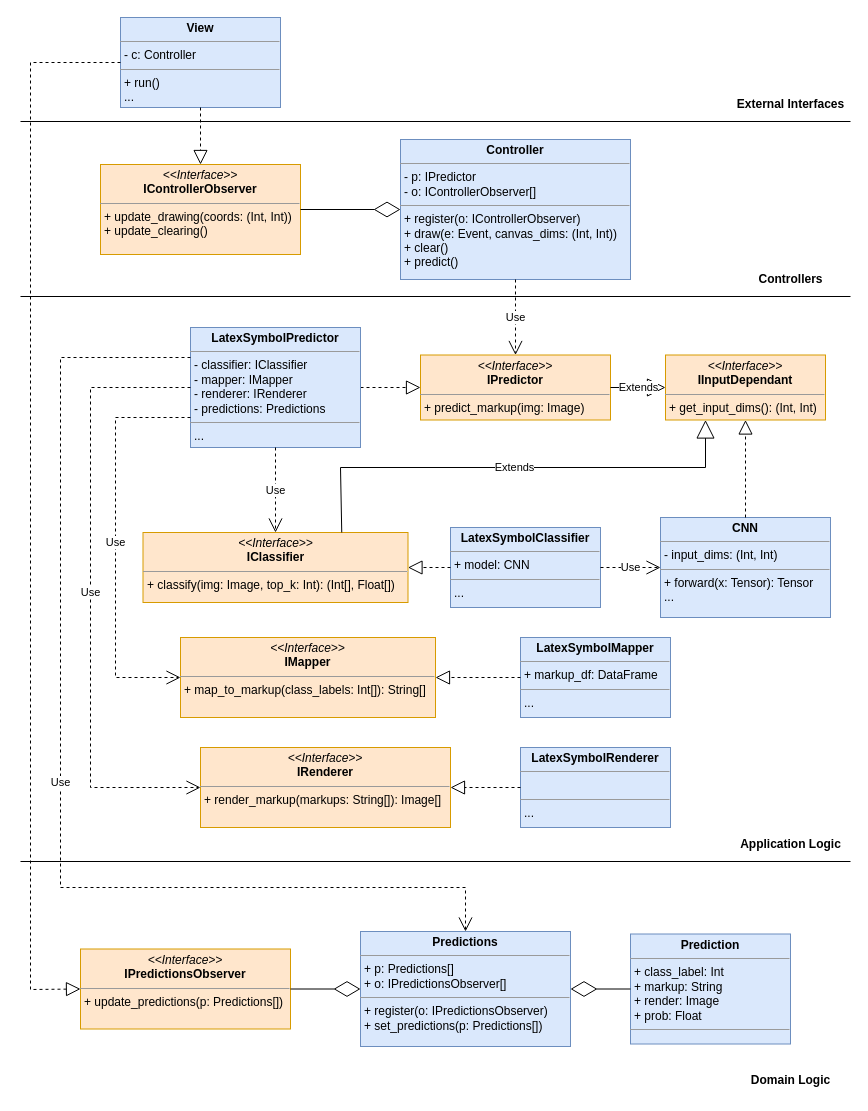
Earlier version of the draw.io diagram diagrams/software_arch.drawio (ChickNCurry/latex-symbol-ocr). Source tidied: cells renumbered, new cells numbered last; positions are measured from the earlier drawing's top-left corner, leaving out a move shared by most shapes. Both pictures are drawn from the tidied source at 100%, with x=0, y=0 at pixel (20, 17).
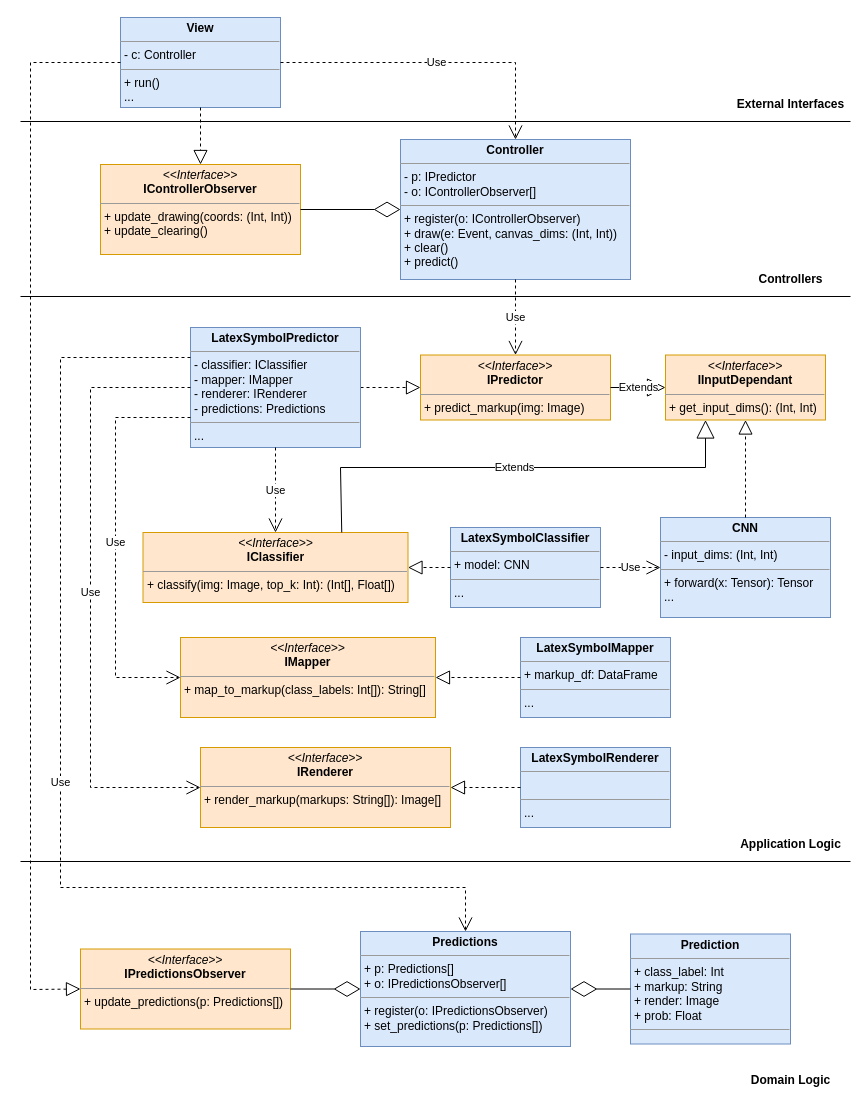
Above is the later version.

The change refers to these unchanged cells:
```xml
<mxCell id="2" value="&lt;p style=&quot;margin:0px;margin-top:4px;text-align:center;&quot;&gt;&lt;b&gt;View&lt;/b&gt;&lt;/p&gt;&lt;hr size=&quot;1&quot;&gt;&lt;p style=&quot;margin:0px;margin-left:4px;&quot;&gt;- c: Controller&lt;/p&gt;&lt;hr size=&quot;1&quot;&gt;&lt;p style=&quot;margin:0px;margin-left:4px;&quot;&gt;+ run()&lt;/p&gt;&lt;p style=&quot;margin:0px;margin-left:4px;&quot;&gt;...&lt;/p&gt;" style="verticalAlign=top;align=left;overflow=fill;fontSize=12;fontFamily=Helvetica;html=1;whiteSpace=wrap;fillColor=#dae8fc;strokeColor=#6c8ebf;" parent="1" vertex="1">
  <mxGeometry x="100" width="160" height="90" as="geometry" />
</mxCell>
<mxCell id="3" value="&lt;p style=&quot;margin:0px;margin-top:4px;text-align:center;&quot;&gt;&lt;b&gt;Controller&lt;/b&gt;&lt;/p&gt;&lt;hr size=&quot;1&quot;&gt;&lt;p style=&quot;margin:0px;margin-left:4px;&quot;&gt;- p: IPredictor&lt;/p&gt;&lt;p style=&quot;margin:0px;margin-left:4px;&quot;&gt;- o: IControllerObserver[]&lt;/p&gt;&lt;hr size=&quot;1&quot;&gt;&lt;p style=&quot;margin:0px;margin-left:4px;&quot;&gt;+ register(o: IControllerObserver)&lt;/p&gt;&lt;p style=&quot;margin:0px;margin-left:4px;&quot;&gt;+ draw(e: Event, canvas_dims: (Int, Int))&lt;/p&gt;&lt;p style=&quot;margin:0px;margin-left:4px;&quot;&gt;+ clear()&lt;/p&gt;&lt;p style=&quot;margin:0px;margin-left:4px;&quot;&gt;+ predict()&lt;/p&gt;" style="verticalAlign=top;align=left;overflow=fill;fontSize=12;fontFamily=Helvetica;html=1;whiteSpace=wrap;fillColor=#dae8fc;strokeColor=#6c8ebf;" parent="1" vertex="1">
  <mxGeometry x="380" y="122" width="230" height="140" as="geometry" />
</mxCell>
```

Change to the diagram source:
```diff
@@
+    <mxCell id="43" value="Use" style="endArrow=open;endSize=12;dashed=1;html=1;rounded=0;exitX=1;exitY=0.5;exitDx=0;exitDy=0;entryX=0.5;entryY=0;entryDx=0;entryDy=0;" parent="1" edge="1" source="2" target="3">
+      <mxGeometry relative="1" as="geometry">
+        <Array as="points">
+          <mxPoint x="495" y="45" />
+        </Array>
+      </mxGeometry>
+    </mxCell>
```
